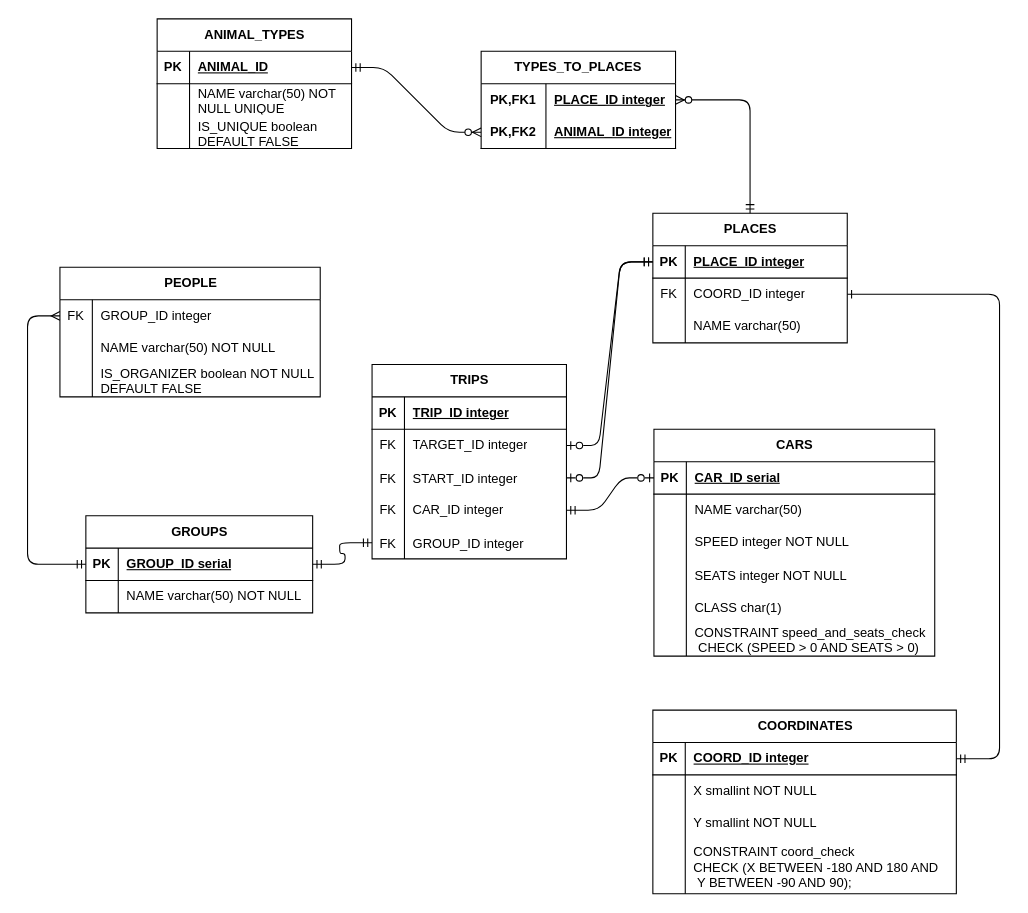
Above: lab3/OriginalModel.drawio in Xaabibas/Databases (draw.io), before the change. Source tidied: cells renumbered, new cells numbered last; positions are measured from the earlier drawing's top-left corner, leaving out a move shared by most shapes. Both pictures are drawn from the tidied source at 108%, with x=0, y=0 at pixel (27, 18).
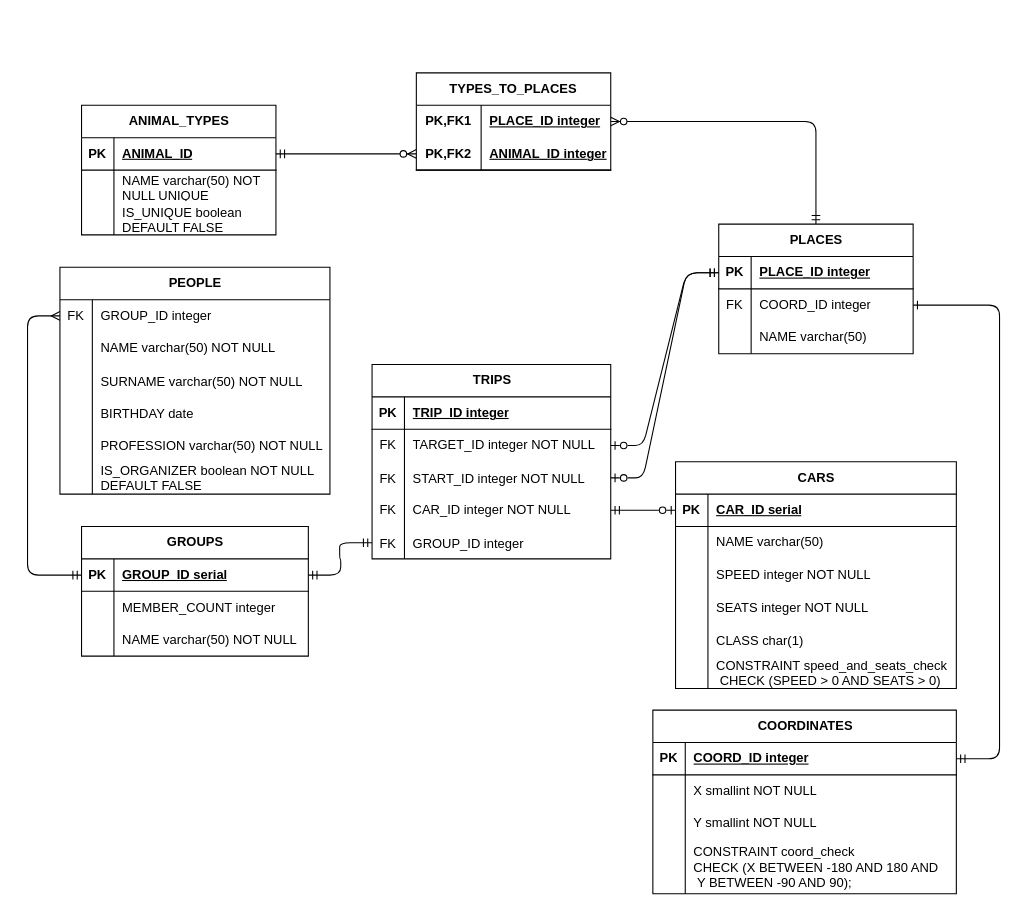
Above is the later version.

The edit, as a diff of the source:
```diff
@@
     <mxCell id="2" value="TRIPS" style="shape=table;startSize=30;childLayout=tableLayout;rowLines=0;fontStyle=1;align=center;html=1;" parent="1" vertex="1">
-      <mxGeometry x="319" y="320" width="180" height="180" as="geometry" />
+      <mxGeometry x="319" y="320" width="221" height="180" as="geometry" />
     </mxCell>
     <mxCell id="3" style="shape=tableRow;horizontal=0;startSize=0;swimlaneHead=0;swimlaneBody=0;fillColor=none;top=0;left=0;right=0;bottom=1;" parent="2" vertex="1">
-      <mxGeometry y="30" width="180" height="30" as="geometry" />
+      <mxGeometry y="30" width="221" height="30" as="geometry" />
     </mxCell>
@@
     <mxCell id="5" value="TRIP_ID integer" style="shape=partialRectangle;fillColor=none;top=0;left=0;bottom=0;right=0;align=left;spacingLeft=6;fontStyle=5;overflow=hidden;whiteSpace=wrap;html=1;" parent="3" vertex="1">
-      <mxGeometry x="30" width="150" height="30" as="geometry" />
+      <mxGeometry x="30" width="191" height="30" as="geometry" />
     </mxCell>
     <mxCell id="6" style="shape=tableRow;horizontal=0;startSize=0;swimlaneHead=0;swimlaneBody=0;fillColor=none;points=[[0,0.5],[1,0.5]];portConstraint=eastwest;top=0;left=0;right=0;bottom=0;" parent="2" vertex="1">
-      <mxGeometry y="60" width="180" height="30" as="geometry" />
+      <mxGeometry y="60" width="221" height="30" as="geometry" />
     </mxCell>
@@
-    <mxCell id="8" value="TARGET_ID integer" style="shape=partialRectangle;fillColor=none;top=0;left=0;bottom=0;right=0;align=left;spacingLeft=6;overflow=hidden;whiteSpace=wrap;html=1;" parent="6" vertex="1">
-      <mxGeometry x="30" width="150" height="30" as="geometry" />
+    <mxCell id="8" value="TARGET_ID integer NOT NULL" style="shape=partialRectangle;fillColor=none;top=0;left=0;bottom=0;right=0;align=left;spacingLeft=6;overflow=hidden;whiteSpace=wrap;html=1;" parent="6" vertex="1">
+      <mxGeometry x="30" width="191" height="30" as="geometry" />
     </mxCell>
     <mxCell id="9" style="shape=tableRow;horizontal=0;startSize=0;swimlaneHead=0;swimlaneBody=0;fillColor=none;points=[[0,0.5],[1,0.5]];portConstraint=eastwest;top=0;left=0;right=0;bottom=0;" parent="2" vertex="1">
-      <mxGeometry y="90" width="180" height="30" as="geometry" />
+      <mxGeometry y="90" width="221" height="30" as="geometry" />
     </mxCell>
@@
-    <mxCell id="11" value="START_ID integer" style="shape=partialRectangle;fillColor=none;top=0;left=0;bottom=0;right=0;align=left;spacingLeft=6;overflow=hidden;" parent="9" vertex="1">
-      <mxGeometry x="30" width="150" height="30" as="geometry" />
+    <mxCell id="11" value="START_ID integer NOT NULL" style="shape=partialRectangle;fillColor=none;top=0;left=0;bottom=0;right=0;align=left;spacingLeft=6;overflow=hidden;" parent="9" vertex="1">
+      <mxGeometry x="30" width="191" height="30" as="geometry" />
     </mxCell>
     <mxCell id="12" style="shape=tableRow;horizontal=0;startSize=0;swimlaneHead=0;swimlaneBody=0;fillColor=none;points=[[0,0.5],[1,0.5]];portConstraint=eastwest;top=0;left=0;right=0;bottom=0;" parent="2" vertex="1">
-      <mxGeometry y="120" width="180" height="30" as="geometry" />
+      <mxGeometry y="120" width="221" height="30" as="geometry" />
     </mxCell>
@@
-    <mxCell id="14" value="CAR_ID integer" style="shape=partialRectangle;fillColor=none;top=0;left=0;bottom=0;right=0;align=left;spacingLeft=6;overflow=hidden;whiteSpace=wrap;html=1;" parent="12" vertex="1">
-      <mxGeometry x="30" width="150" height="30" as="geometry" />
+    <mxCell id="14" value="CAR_ID integer NOT NULL" style="shape=partialRectangle;fillColor=none;top=0;left=0;bottom=0;right=0;align=left;spacingLeft=6;overflow=hidden;whiteSpace=wrap;html=1;" parent="12" vertex="1">
+      <mxGeometry x="30" width="191" height="30" as="geometry" />
     </mxCell>
     <mxCell id="15" style="shape=tableRow;horizontal=0;startSize=0;swimlaneHead=0;swimlaneBody=0;fillColor=none;points=[[0,0.5],[1,0.5]];portConstraint=eastwest;top=0;left=0;right=0;bottom=0;" parent="2" vertex="1">
-      <mxGeometry y="150" width="180" height="30" as="geometry" />
+      <mxGeometry y="150" width="221" height="30" as="geometry" />
     </mxCell>
@@
     <mxCell id="17" value="GROUP_ID integer" style="shape=partialRectangle;fillColor=none;top=0;left=0;bottom=0;right=0;align=left;spacingLeft=6;overflow=hidden;" parent="15" vertex="1">
-      <mxGeometry x="30" width="150" height="30" as="geometry" />
+      <mxGeometry x="30" width="191" height="30" as="geometry" />
     </mxCell>
     <mxCell id="18" value="CARS" style="shape=table;startSize=30;childLayout=tableLayout;rowLines=0;fontStyle=1;align=center;html=1;" parent="1" vertex="1">
-      <mxGeometry x="580" y="380" width="260" height="210" as="geometry" />
+      <mxGeometry x="600" y="410" width="260" height="210" as="geometry" />
     </mxCell>
@@
     <mxCell id="37" value="PLACES" style="shape=table;startSize=30;childLayout=tableLayout;rowLines=0;fontStyle=1;align=center;html=1;" parent="1" vertex="1">
-      <mxGeometry x="579" y="180" width="180" height="120" as="geometry" />
+      <mxGeometry x="640" y="190" width="180" height="120" as="geometry" />
     </mxCell>
@@
     <mxCell id="60" value="PEOPLE" style="shape=table;startSize=30;childLayout=tableLayout;rowLines=0;fontStyle=1;align=center;html=1;" parent="1" vertex="1">
-      <mxGeometry x="30" y="230" width="241" height="120" as="geometry" />
+      <mxGeometry x="30" y="230" width="250" height="210" as="geometry" />
     </mxCell>
     <mxCell id="61" style="shape=tableRow;horizontal=0;startSize=0;swimlaneHead=0;swimlaneBody=0;fillColor=none;points=[[0,0.5],[1,0.5]];portConstraint=eastwest;top=0;left=0;right=0;bottom=0;" parent="60" vertex="1">
-      <mxGeometry y="30" width="241" height="30" as="geometry" />
+      <mxGeometry y="30" width="250" height="30" as="geometry" />
     </mxCell>
@@
     <mxCell id="63" value="GROUP_ID integer" style="shape=partialRectangle;fillColor=none;top=0;left=0;bottom=0;right=0;align=left;spacingLeft=6;overflow=hidden;whiteSpace=wrap;html=1;" parent="61" vertex="1">
-      <mxGeometry x="30" width="211" height="30" as="geometry" />
+      <mxGeometry x="30" width="220" height="30" as="geometry" />
     </mxCell>
     <mxCell id="64" style="shape=tableRow;horizontal=0;startSize=0;swimlaneHead=0;swimlaneBody=0;fillColor=none;top=0;left=0;right=0;bottom=0;" parent="60" vertex="1">
-      <mxGeometry y="60" width="241" height="30" as="geometry" />
+      <mxGeometry y="60" width="250" height="30" as="geometry" />
     </mxCell>
@@
     <mxCell id="66" value="NAME varchar(50) NOT NULL" style="shape=partialRectangle;fillColor=none;top=0;left=0;bottom=0;right=0;align=left;spacingLeft=6;overflow=hidden;whiteSpace=wrap;html=1;" parent="64" vertex="1">
-      <mxGeometry x="30" width="211" height="30" as="geometry" />
+      <mxGeometry x="30" width="220" height="30" as="geometry" />
     </mxCell>
+    <mxCell id="102" style="shape=tableRow;horizontal=0;startSize=0;swimlaneHead=0;swimlaneBody=0;fillColor=none;top=0;left=0;right=0;bottom=0;" parent="60" vertex="1">
+      <mxGeometry y="90" width="250" height="30" as="geometry" />
+    </mxCell>
+    <mxCell id="103" style="shape=partialRectangle;fillColor=none;top=0;left=0;bottom=0;right=0;overflow=hidden;" parent="102" vertex="1">
+      <mxGeometry width="30" height="30" as="geometry" />
+    </mxCell>
+    <mxCell id="104" value="SURNAME varchar(50) NOT NULL" style="shape=partialRectangle;fillColor=none;top=0;left=0;bottom=0;right=0;align=left;spacingLeft=6;overflow=hidden;" parent="102" vertex="1">
+      <mxGeometry x="30" width="220" height="30" as="geometry" />
+    </mxCell>
+    <mxCell id="105" style="shape=tableRow;horizontal=0;startSize=0;swimlaneHead=0;swimlaneBody=0;fillColor=none;top=0;left=0;right=0;bottom=0;" parent="60" vertex="1">
+      <mxGeometry y="120" width="250" height="30" as="geometry" />
+    </mxCell>
+    <mxCell id="106" style="shape=partialRectangle;fillColor=none;top=0;left=0;bottom=0;right=0;overflow=hidden;" parent="105" vertex="1">
+      <mxGeometry width="30" height="30" as="geometry" />
+    </mxCell>
+    <mxCell id="107" value="BIRTHDAY date" style="shape=partialRectangle;fillColor=none;top=0;left=0;bottom=0;right=0;align=left;spacingLeft=6;overflow=hidden;" parent="105" vertex="1">
+      <mxGeometry x="30" width="220" height="30" as="geometry" />
+    </mxCell>
+    <mxCell id="108" style="shape=tableRow;horizontal=0;startSize=0;swimlaneHead=0;swimlaneBody=0;fillColor=none;top=0;left=0;right=0;bottom=0;" parent="60" vertex="1">
+      <mxGeometry y="150" width="250" height="30" as="geometry" />
+    </mxCell>
+    <mxCell id="109" style="shape=partialRectangle;fillColor=none;top=0;left=0;bottom=0;right=0;overflow=hidden;" parent="108" vertex="1">
+      <mxGeometry width="30" height="30" as="geometry" />
+    </mxCell>
+    <mxCell id="110" value="PROFESSION varchar(50) NOT NULL" style="shape=partialRectangle;fillColor=none;top=0;left=0;bottom=0;right=0;align=left;spacingLeft=6;overflow=hidden;" parent="108" vertex="1">
+      <mxGeometry x="30" width="220" height="30" as="geometry" />
+    </mxCell>
     <mxCell id="67" style="shape=tableRow;horizontal=0;startSize=0;swimlaneHead=0;swimlaneBody=0;fillColor=none;top=0;left=0;right=0;bottom=0;" parent="60" vertex="1">
-      <mxGeometry y="90" width="241" height="30" as="geometry" />
+      <mxGeometry y="180" width="250" height="30" as="geometry" />
     </mxCell>
@@
     <mxCell id="69" value="IS_ORGANIZER boolean NOT NULL &#10;DEFAULT FALSE" style="shape=partialRectangle;fillColor=none;top=0;left=0;bottom=0;right=0;align=left;spacingLeft=6;overflow=hidden;" parent="67" vertex="1">
-      <mxGeometry x="30" width="211" height="30" as="geometry" />
+      <mxGeometry x="30" width="220" height="30" as="geometry" />
     </mxCell>
     <mxCell id="70" value="GROUPS" style="shape=table;startSize=30;childLayout=tableLayout;rowLines=0;fontStyle=1;align=center;html=1;" parent="1" vertex="1">
-      <mxGeometry x="54" y="460" width="210" height="90" as="geometry" />
+      <mxGeometry x="50" y="470" width="210" height="120" as="geometry" />
     </mxCell>
@@
+    <mxCell id="111" style="shape=tableRow;horizontal=0;startSize=0;swimlaneHead=0;swimlaneBody=0;fillColor=none;top=0;left=0;right=0;bottom=0;" parent="70" vertex="1">
+      <mxGeometry y="60" width="210" height="30" as="geometry" />
+    </mxCell>
+    <mxCell id="112" style="shape=partialRectangle;fillColor=none;top=0;left=0;bottom=0;right=0;overflow=hidden;" parent="111" vertex="1">
+      <mxGeometry width="30" height="30" as="geometry" />
+    </mxCell>
+    <mxCell id="113" value="MEMBER_COUNT integer" style="shape=partialRectangle;fillColor=none;top=0;left=0;bottom=0;right=0;align=left;spacingLeft=6;overflow=hidden;" parent="111" vertex="1">
+      <mxGeometry x="30" width="180" height="30" as="geometry" />
+    </mxCell>
     <mxCell id="74" style="shape=tableRow;horizontal=0;startSize=0;swimlaneHead=0;swimlaneBody=0;fillColor=none;top=0;left=0;right=0;bottom=0;" parent="70" vertex="1">
-      <mxGeometry y="60" width="210" height="30" as="geometry" />
+      <mxGeometry y="90" width="210" height="30" as="geometry" />
     </mxCell>
@@
     <mxCell id="77" value="ANIMAL_TYPES" style="shape=table;startSize=30;childLayout=tableLayout;rowLines=0;fontStyle=1;align=center;html=1;" parent="1" vertex="1">
-      <mxGeometry x="120" width="180" height="120" as="geometry" />
+      <mxGeometry x="50" y="80" width="180" height="120" as="geometry" />
     </mxCell>
@@
     <mxCell id="87" value="TYPES_TO_PLACES" style="shape=table;startSize=30;childLayout=tableLayout;rowLines=0;fontStyle=1;align=center;html=1;whiteSpace=wrap;" parent="1" vertex="1">
-      <mxGeometry x="420" y="30" width="180" height="90" as="geometry" />
+      <mxGeometry x="360" y="50" width="180" height="90" as="geometry" />
     </mxCell>
```
